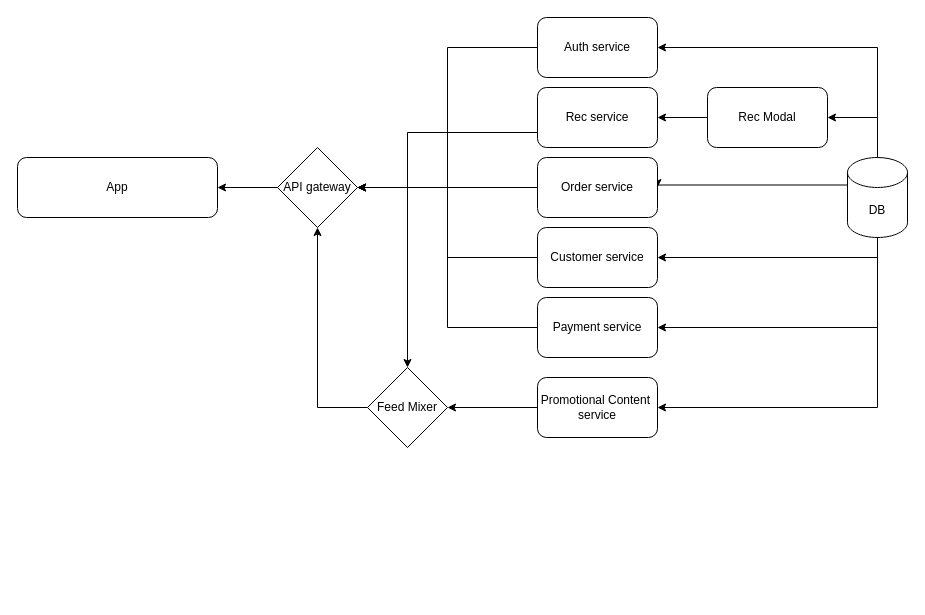
Earlier version of the draw.io diagram backend.drawio (radhe021/PRJ_-SOLO). Source tidied: cells renumbered, new cells numbered last; positions are measured from the earlier drawing's top-left corner, leaving out a move shared by most shapes. Both pictures are drawn from the tidied source at 100%, with x=0, y=0 at pixel (17, 17).
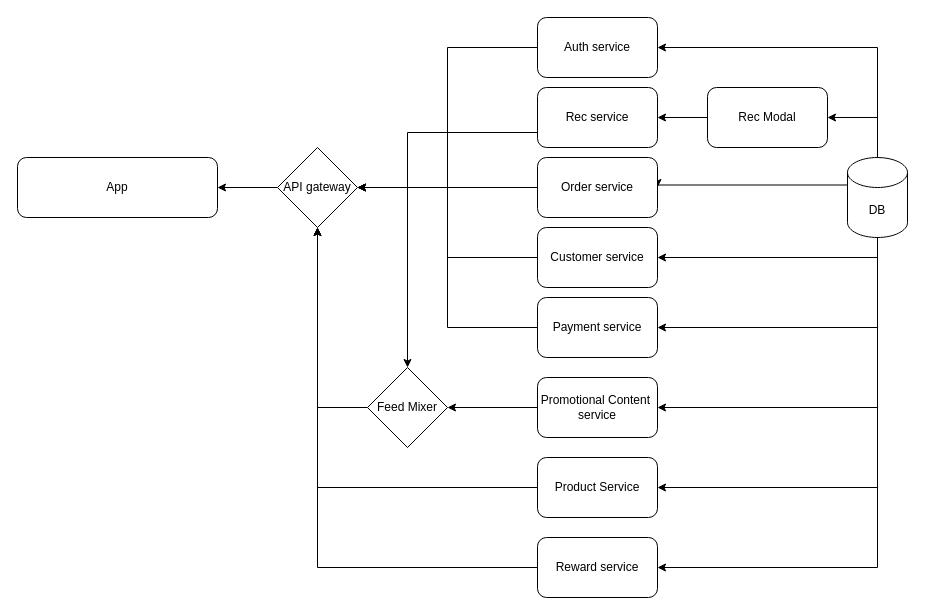
The same page after the edit.

Unchanged cells that the change refers to:
```xml
<mxCell id="13" value="DB" style="shape=cylinder3;whiteSpace=wrap;html=1;boundedLbl=1;backgroundOutline=1;size=15;" parent="1" vertex="1">
  <mxGeometry x="830" y="140" width="60" height="80" as="geometry" />
</mxCell>
<mxCell id="21" value="API gateway" style="rhombus;whiteSpace=wrap;html=1;" parent="1" vertex="1">
  <mxGeometry x="260" y="130" width="80" height="80" as="geometry" />
</mxCell>
```

Diff of the diagram source:
```diff
@@
+    <mxCell id="28" style="edgeStyle=orthogonalEdgeStyle;rounded=0;jettySize=auto;html=1;exitX=0.5;exitY=1;exitDx=0;exitDy=0;exitPerimeter=0;entryX=1;entryY=0.5;entryDx=0;entryDy=0;" parent="1" edge="1" source="13" target="31">
+      <mxGeometry relative="1" as="geometry" />
+    </mxCell>
+    <mxCell id="29" style="edgeStyle=orthogonalEdgeStyle;rounded=0;jettySize=auto;html=1;exitX=0.5;exitY=1;exitDx=0;exitDy=0;exitPerimeter=0;entryX=1;entryY=0.5;entryDx=0;entryDy=0;" parent="1" edge="1" source="13" target="33">
+      <mxGeometry relative="1" as="geometry" />
+    </mxCell>
@@
+    <mxCell id="30" style="edgeStyle=orthogonalEdgeStyle;rounded=0;jettySize=auto;html=1;exitX=0;exitY=0.5;exitDx=0;exitDy=0;entryX=0.5;entryY=1;entryDx=0;entryDy=0;" parent="1" edge="1" source="31" target="21">
+      <mxGeometry relative="1" as="geometry" />
+    </mxCell>
+    <mxCell id="31" value="Product Service" style="rounded=1;whiteSpace=wrap;html=1;" parent="1" vertex="1">
+      <mxGeometry x="520" y="440" width="120" height="60" as="geometry" />
+    </mxCell>
+    <mxCell id="32" style="edgeStyle=orthogonalEdgeStyle;rounded=0;jettySize=auto;html=1;exitX=0;exitY=0.5;exitDx=0;exitDy=0;entryX=0.5;entryY=1;entryDx=0;entryDy=0;" parent="1" edge="1" source="33" target="21">
+      <mxGeometry relative="1" as="geometry" />
+    </mxCell>
+    <mxCell id="33" value="Reward service" style="rounded=1;whiteSpace=wrap;html=1;" parent="1" vertex="1">
+      <mxGeometry x="520" y="520" width="120" height="60" as="geometry" />
+    </mxCell>
```
